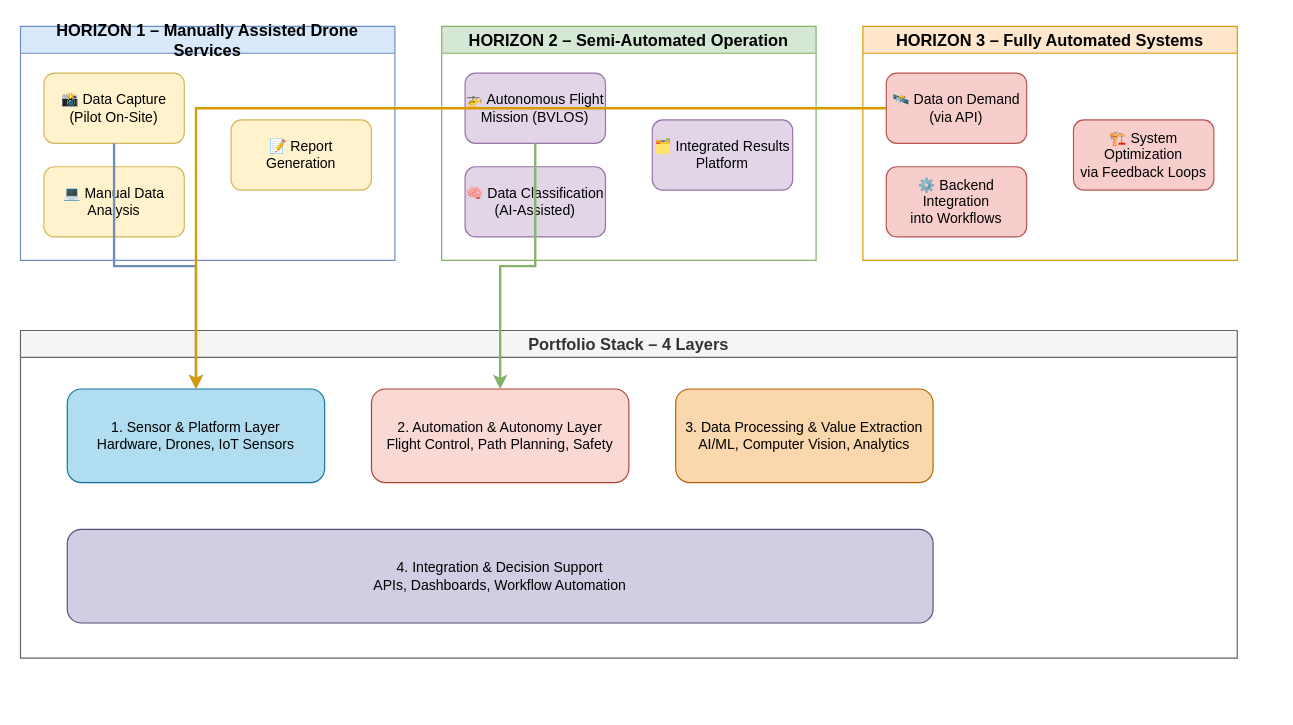
AlZi-88/alzi-88.github.io keeps this draw.io diagram as diagrams/portfolio_stack.drawio. Above is the earlier version. Source tidied: cells renumbered, new cells numbered last; positions are measured from the earlier drawing's top-left corner, leaving out a move shared by most shapes. Both pictures are drawn from the tidied source at 117%, with x=0, y=0 at pixel (20, 26).
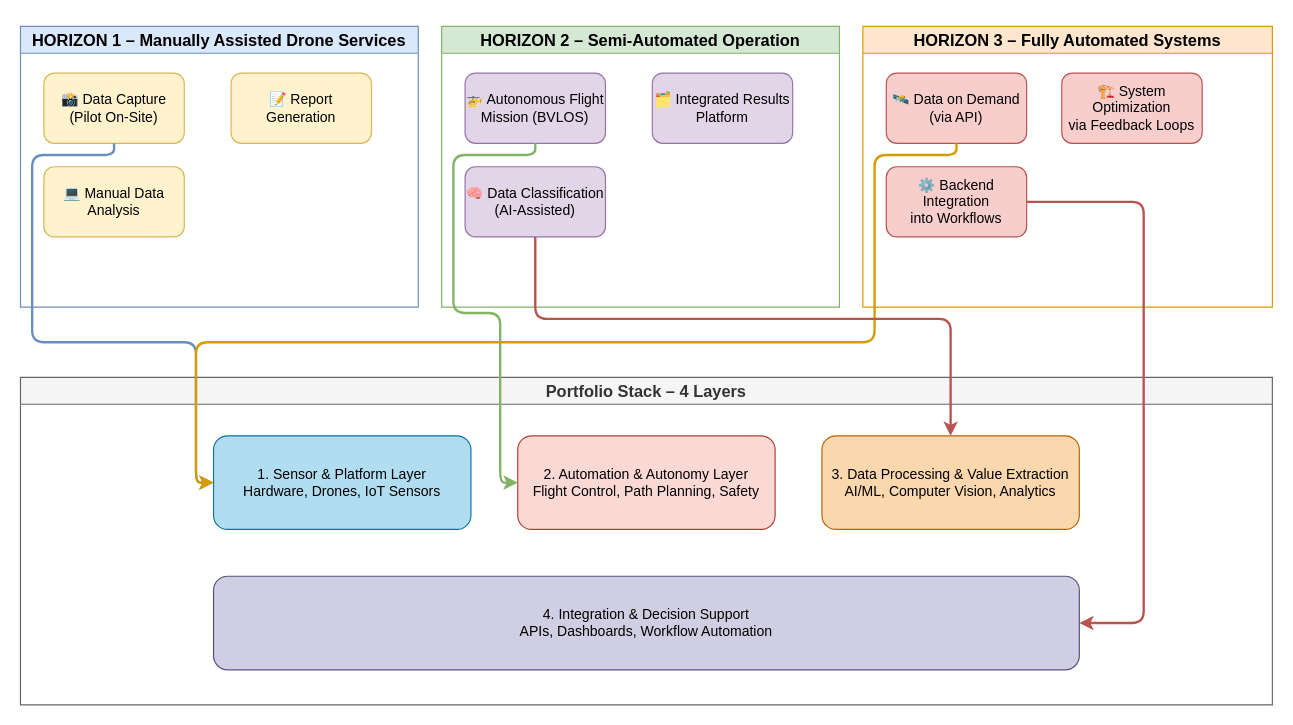
The same page after the edit.

The change refers to these unchanged cells:
```xml
<mxCell id="3" value="📸 Data Capture&#10;(Pilot On-Site)" style="rounded=1;whiteSpace=wrap;html=1;fillColor=#fff2cc;strokeColor=#d6b656;" parent="2" vertex="1">
  <mxGeometry x="20" y="40" width="120" height="60" as="geometry" />
</mxCell>
<mxCell id="7" value="🚁 Autonomous Flight&#10;Mission (BVLOS)" style="rounded=1;whiteSpace=wrap;html=1;fillColor=#e1d5e7;strokeColor=#9673a6;" parent="6" vertex="1">
  <mxGeometry x="20" y="40" width="120" height="60" as="geometry" />
</mxCell>
<mxCell id="8" value="🧠 Data Classification&#10;(AI-Assisted)" style="rounded=1;whiteSpace=wrap;html=1;fillColor=#e1d5e7;strokeColor=#9673a6;" parent="6" vertex="1">
  <mxGeometry x="20" y="120" width="120" height="60" as="geometry" />
</mxCell>
<mxCell id="11" value="🛰️ Data on Demand&#10;(via API)" style="rounded=1;whiteSpace=wrap;html=1;fillColor=#f8cecc;strokeColor=#b85450;" parent="10" vertex="1">
  <mxGeometry x="20" y="40" width="120" height="60" as="geometry" />
</mxCell>
<mxCell id="12" value="⚙️ Backend Integration&#10;into Workflows" style="rounded=1;whiteSpace=wrap;html=1;fillColor=#f8cecc;strokeColor=#b85450;" parent="10" vertex="1">
  <mxGeometry x="20" y="120" width="120" height="60" as="geometry" />
</mxCell>
```

Diff of the diagram source:
```diff
@@
     <mxCell id="2" value="HORIZON 1 – Manually Assisted Drone Services" style="swimlane;whiteSpace=wrap;html=1;fillColor=#dae8fc;strokeColor=#6c8ebf;fontSize=14;fontStyle=1;" parent="1" vertex="1">
-      <mxGeometry width="320" height="200" as="geometry" />
+      <mxGeometry width="340" height="240" as="geometry" />
     </mxCell>
@@
     <mxCell id="5" value="📝 Report&#10;Generation" style="rounded=1;whiteSpace=wrap;html=1;fillColor=#fff2cc;strokeColor=#d6b656;" parent="2" vertex="1">
-      <mxGeometry x="180" y="80" width="120" height="60" as="geometry" />
+      <mxGeometry x="180" y="40" width="120" height="60" as="geometry" />
     </mxCell>
     <mxCell id="6" value="HORIZON 2 – Semi-Automated Operation" style="swimlane;whiteSpace=wrap;html=1;fillColor=#d5e8d4;strokeColor=#82b366;fontSize=14;fontStyle=1;" parent="1" vertex="1">
-      <mxGeometry x="360" width="320" height="200" as="geometry" />
+      <mxGeometry x="360" width="340" height="240" as="geometry" />
     </mxCell>
@@
     <mxCell id="9" value="🗂️ Integrated Results&#10;Platform" style="rounded=1;whiteSpace=wrap;html=1;fillColor=#e1d5e7;strokeColor=#9673a6;" parent="6" vertex="1">
-      <mxGeometry x="180" y="80" width="120" height="60" as="geometry" />
+      <mxGeometry x="180" y="40" width="120" height="60" as="geometry" />
     </mxCell>
     <mxCell id="10" value="HORIZON 3 – Fully Automated Systems" style="swimlane;whiteSpace=wrap;html=1;fillColor=#ffe6cc;strokeColor=#d79b00;fontSize=14;fontStyle=1;" parent="1" vertex="1">
-      <mxGeometry x="720" width="320" height="200" as="geometry" />
+      <mxGeometry x="720" width="350" height="240" as="geometry" />
     </mxCell>
@@
     <mxCell id="13" value="🏗️ System Optimization&#10;via Feedback Loops" style="rounded=1;whiteSpace=wrap;html=1;fillColor=#f8cecc;strokeColor=#b85450;" parent="10" vertex="1">
-      <mxGeometry x="180" y="80" width="120" height="60" as="geometry" />
+      <mxGeometry x="170" y="40" width="120" height="60" as="geometry" />
     </mxCell>
     <mxCell id="14" value="Portfolio Stack – 4 Layers" style="swimlane;whiteSpace=wrap;html=1;fillColor=#f5f5f5;strokeColor=#666666;fontColor=#333333;fontSize=14;fontStyle=1;" parent="1" vertex="1">
-      <mxGeometry y="260" width="1040" height="280" as="geometry" />
+      <mxGeometry y="300" width="1070" height="280" as="geometry" />
     </mxCell>
     <mxCell id="15" value="1. Sensor &amp; Platform Layer&#10;Hardware, Drones, IoT Sensors" style="rounded=1;whiteSpace=wrap;html=1;fillColor=#b1ddf0;strokeColor=#10739e;fontColor=#000000;" parent="14" vertex="1">
-      <mxGeometry x="40" y="50" width="220" height="80" as="geometry" />
+      <mxGeometry x="165" y="50" width="220" height="80" as="geometry" />
     </mxCell>
     <mxCell id="16" value="2. Automation &amp; Autonomy Layer&#10;Flight Control, Path Planning, Safety" style="rounded=1;whiteSpace=wrap;html=1;fillColor=#fad9d5;strokeColor=#ae4132;fontColor=#000000;" parent="14" vertex="1">
-      <mxGeometry x="300" y="50" width="220" height="80" as="geometry" />
+      <mxGeometry x="425" y="50" width="220" height="80" as="geometry" />
     </mxCell>
     <mxCell id="17" value="3. Data Processing &amp; Value Extraction&#10;AI/ML, Computer Vision, Analytics" style="rounded=1;whiteSpace=wrap;html=1;fillColor=#fad7ac;strokeColor=#b46504;fontColor=#000000;" parent="14" vertex="1">
-      <mxGeometry x="560" y="50" width="220" height="80" as="geometry" />
+      <mxGeometry x="685" y="50" width="220" height="80" as="geometry" />
     </mxCell>
     <mxCell id="18" value="4. Integration &amp; Decision Support&#10;APIs, Dashboards, Workflow Automation" style="rounded=1;whiteSpace=wrap;html=1;fillColor=#d0cee2;strokeColor=#56517e;fontColor=#000000;" parent="14" vertex="1">
-      <mxGeometry x="40" y="170" width="740" height="80" as="geometry" />
+      <mxGeometry x="165" y="170" width="740" height="80" as="geometry" />
     </mxCell>
-    <mxCell id="19" style="edgeStyle=orthogonalEdgeStyle;rounded=0;jettySize=auto;html=1;strokeWidth=2;strokeColor=#6c8ebf;" parent="1" edge="1" source="3" target="15">
-      <mxGeometry relative="1" as="geometry" />
+    <mxCell id="19" style="edgeStyle=orthogonalEdgeStyle;rounded=1;jettySize=auto;html=1;strokeWidth=2;strokeColor=#6c8ebf;curved=0;" parent="1" edge="1" source="3" target="15">
+      <mxGeometry relative="1" as="geometry">
+        <Array as="points">
+          <mxPoint x="10" y="110" />
+          <mxPoint x="10" y="270" />
+          <mxPoint x="150" y="270" />
+        </Array>
+      </mxGeometry>
     </mxCell>
-    <mxCell id="20" style="edgeStyle=orthogonalEdgeStyle;rounded=0;jettySize=auto;html=1;strokeWidth=2;strokeColor=#82b366;" parent="1" edge="1" source="7" target="16">
-      <mxGeometry relative="1" as="geometry" />
+    <mxCell id="20" style="edgeStyle=orthogonalEdgeStyle;rounded=1;jettySize=auto;html=1;strokeWidth=2;strokeColor=#82b366;curved=0;" parent="1" edge="1" source="7" target="16">
+      <mxGeometry relative="1" as="geometry">
+        <Array as="points">
+          <mxPoint x="370" y="110" />
+          <mxPoint x="370" y="245" />
+          <mxPoint x="410" y="245" />
+        </Array>
+      </mxGeometry>
     </mxCell>
-    <mxCell id="21" style="edgeStyle=orthogonalEdgeStyle;rounded=0;jettySize=auto;html=1;strokeWidth=2;strokeColor=#d79b00;" parent="1" edge="1" source="11" target="15">
-      <mxGeometry relative="1" as="geometry" />
+    <mxCell id="21" style="edgeStyle=orthogonalEdgeStyle;rounded=1;jettySize=auto;html=1;strokeWidth=2;strokeColor=#d79b00;curved=0;" parent="1" edge="1" source="11" target="15">
+      <mxGeometry relative="1" as="geometry">
+        <Array as="points">
+          <mxPoint x="730" y="110" />
+          <mxPoint x="730" y="270" />
+          <mxPoint x="150" y="270" />
+        </Array>
+      </mxGeometry>
     </mxCell>
+    <mxCell id="22" style="edgeStyle=none;html=1;exitX=0.5;exitY=1;exitDx=0;exitDy=0;entryX=0.5;entryY=0;entryDx=0;entryDy=0;fillColor=#f8cecc;strokeColor=#b85450;strokeWidth=2;" parent="1" edge="1" source="8" target="17">
+      <mxGeometry relative="1" as="geometry">
+        <Array as="points">
+          <mxPoint x="440" y="250" />
+          <mxPoint x="795" y="250" />
+        </Array>
+      </mxGeometry>
+    </mxCell>
+    <mxCell id="23" style="edgeStyle=none;html=1;exitX=1;exitY=0.5;exitDx=0;exitDy=0;entryX=1;entryY=0.5;entryDx=0;entryDy=0;strokeWidth=2;fillColor=#f8cecc;strokeColor=#b85450;" parent="1" edge="1" source="12" target="18">
+      <mxGeometry relative="1" as="geometry">
+        <Array as="points">
+          <mxPoint x="960" y="150" />
+          <mxPoint x="960" y="370" />
+          <mxPoint x="960" y="510" />
+        </Array>
+      </mxGeometry>
+    </mxCell>
```
